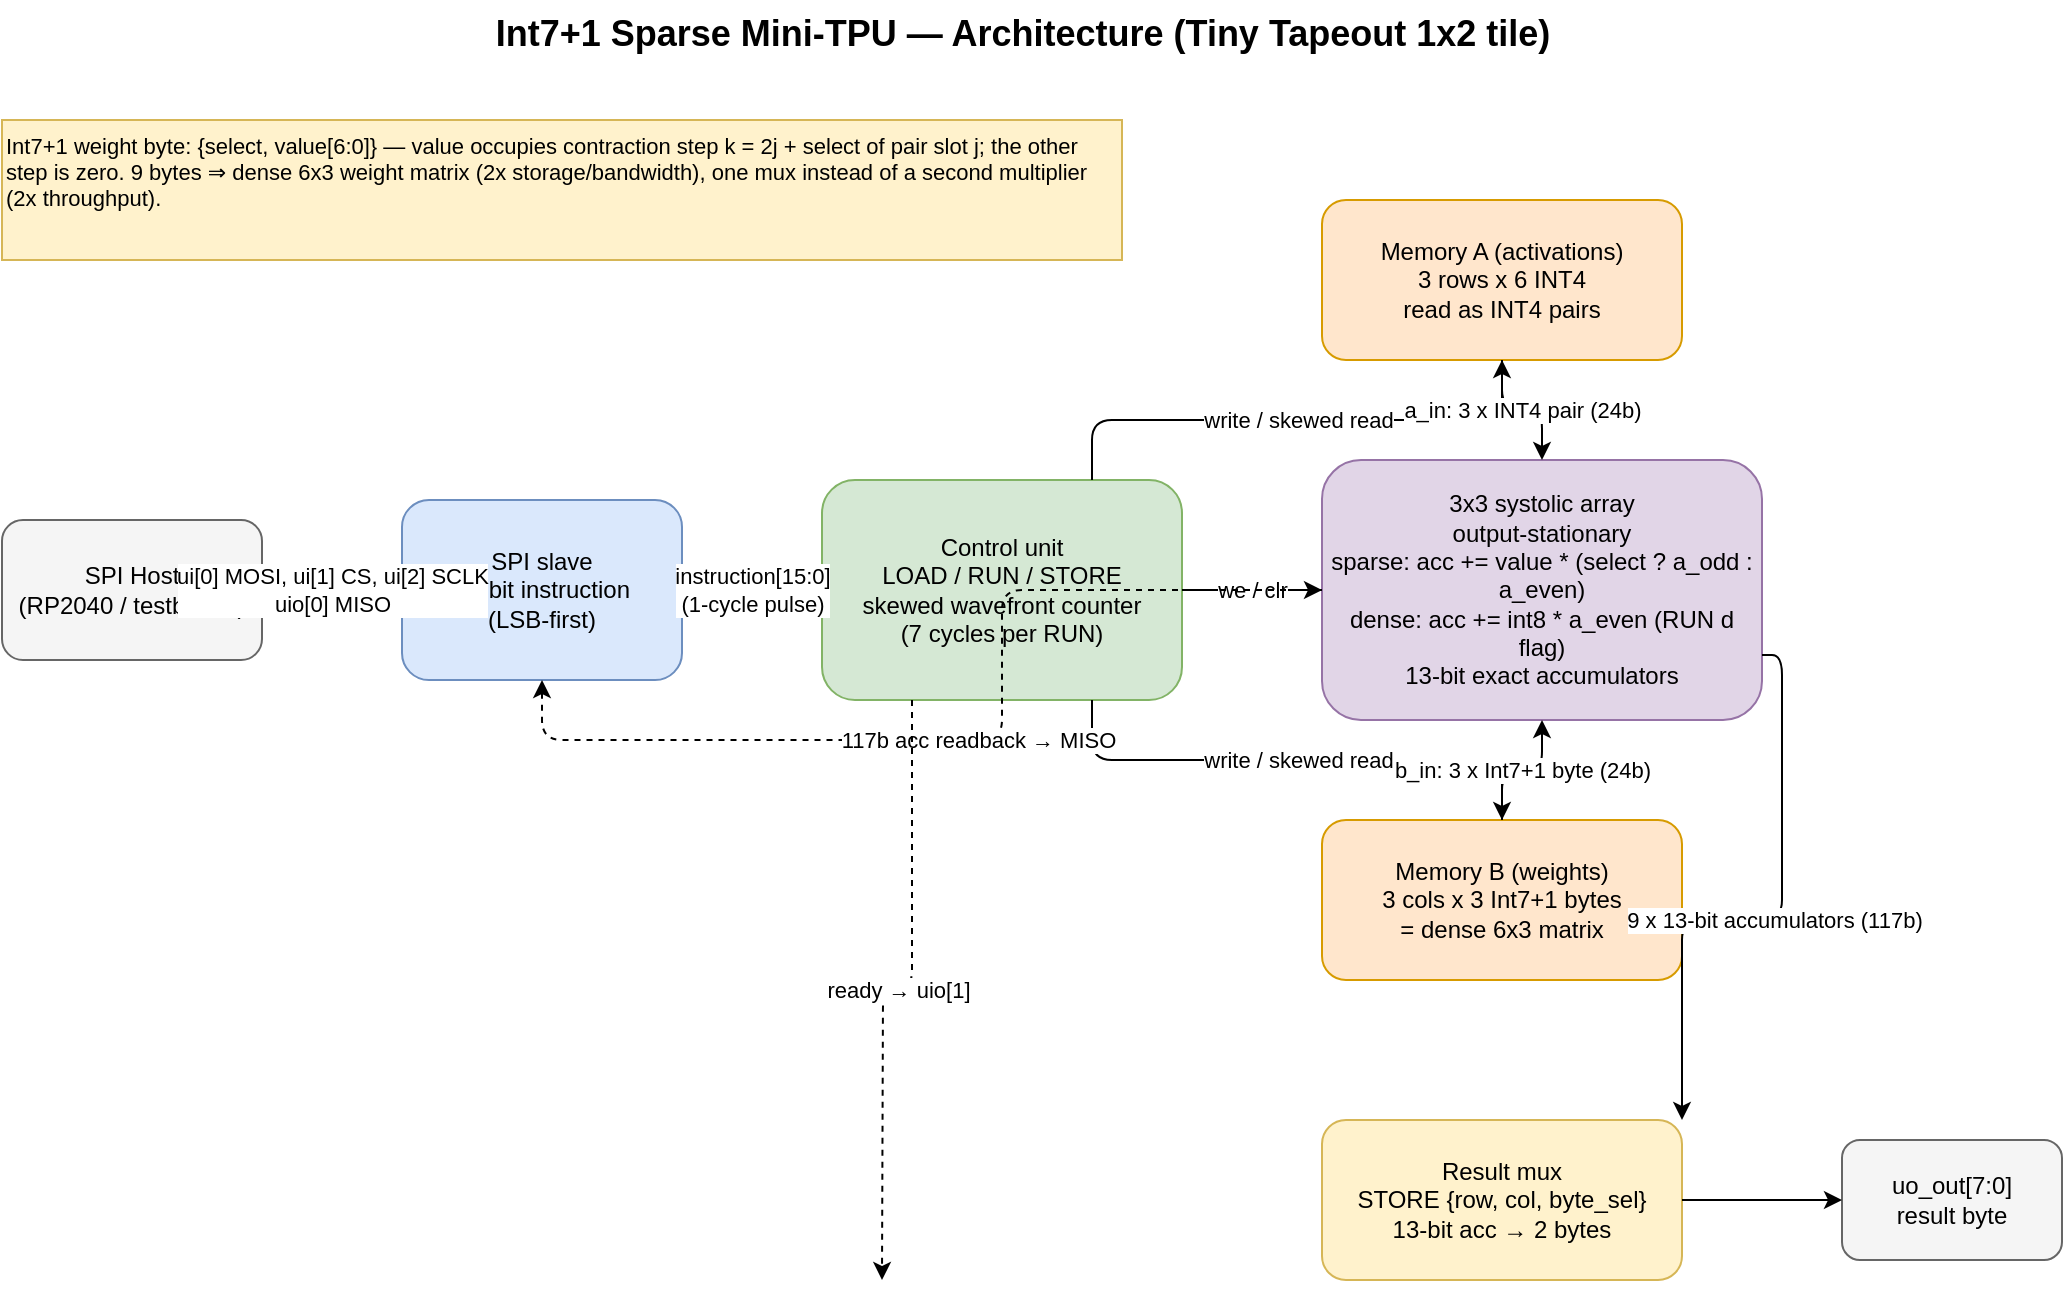
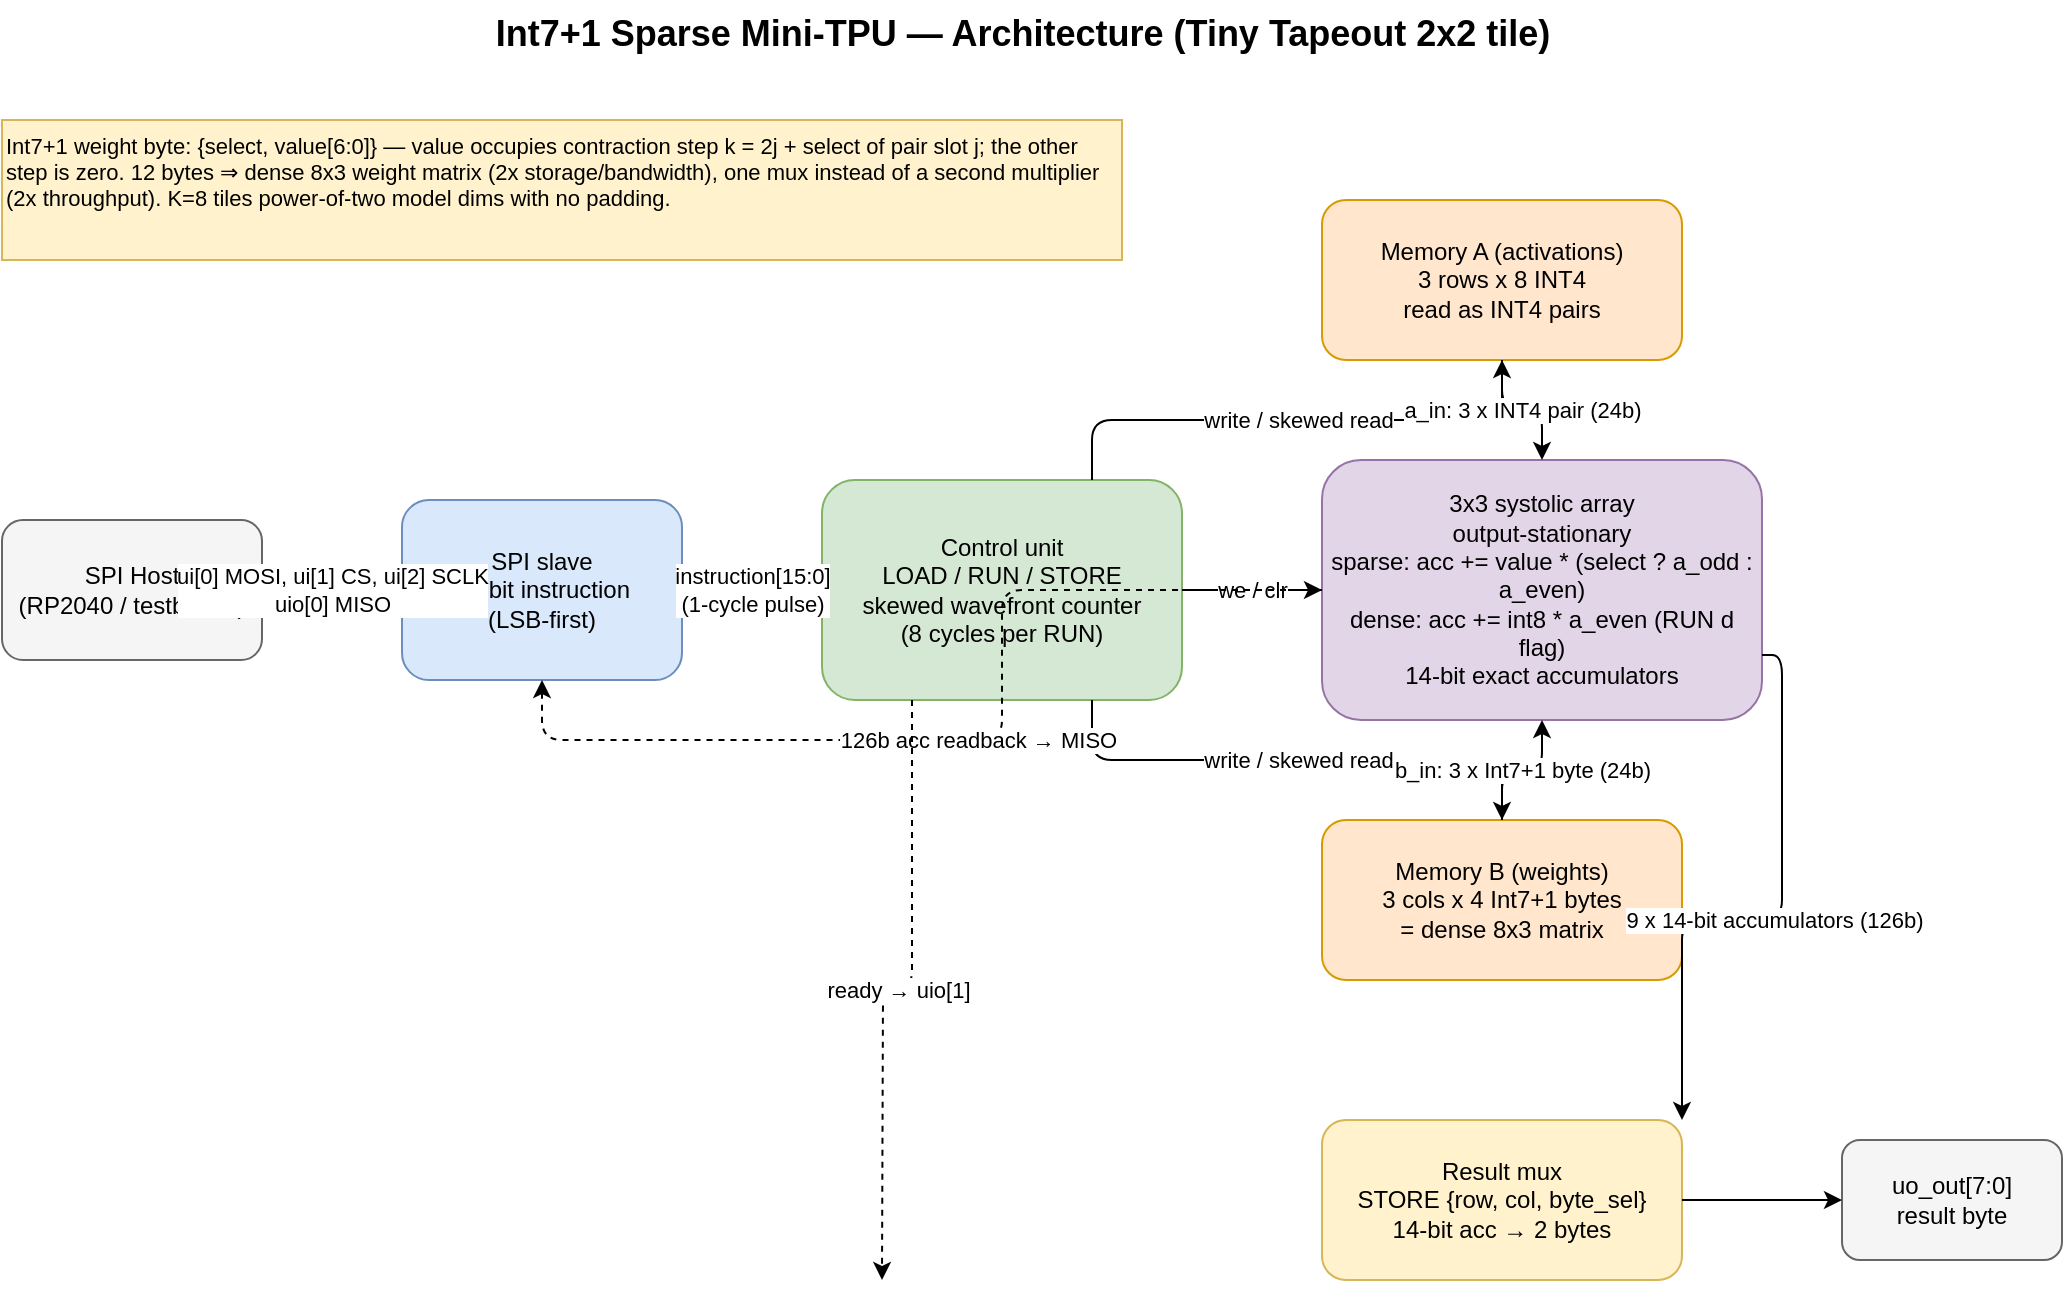
<mxfile host="app.diagrams.net" type="device">
  <diagram id="arch" name="Architecture">
    <mxGraphModel dx="1200" dy="800" grid="1" gridSize="10" guides="1" tooltips="1" connect="1" arrows="1" fold="1" page="1" pageScale="1" pageWidth="1100" pageHeight="700" math="0" shadow="0">
      <root>
        <mxCell id="0" />
        <mxCell id="1" parent="0" />

-         <mxCell id="title" value="Int7+1 Sparse Mini-TPU — Architecture (Tiny Tapeout 1x2 tile)" style="text;html=1;fontSize=18;fontStyle=1;align=center;" vertex="1" parent="1">
+         <mxCell id="title" value="Int7+1 Sparse Mini-TPU — Architecture (Tiny Tapeout 2x2 tile)" style="text;html=1;fontSize=18;fontStyle=1;align=center;" vertex="1" parent="1">
          <mxGeometry x="200" y="20" width="700" height="30" as="geometry" />
        </mxCell>

        <mxCell id="host" value="SPI Host&#10;(RP2040 / testbench)" style="rounded=1;whiteSpace=wrap;html=1;fillColor=#f5f5f5;strokeColor=#666666;" vertex="1" parent="1">
          <mxGeometry x="40" y="280" width="130" height="70" as="geometry" />
        </mxCell>

        <mxCell id="spi" value="SPI slave&#10;16-bit instruction&#10;(LSB-first)" style="rounded=1;whiteSpace=wrap;html=1;fillColor=#dae8fc;strokeColor=#6c8ebf;" vertex="1" parent="1">
          <mxGeometry x="240" y="270" width="140" height="90" as="geometry" />
        </mxCell>

-         <mxCell id="ctrl" value="Control unit&#10;LOAD / RUN / STORE&#10;skewed wavefront counter&#10;(7 cycles per RUN)" style="rounded=1;whiteSpace=wrap;html=1;fillColor=#d5e8d4;strokeColor=#82b366;" vertex="1" parent="1">
+         <mxCell id="ctrl" value="Control unit&#10;LOAD / RUN / STORE&#10;skewed wavefront counter&#10;(8 cycles per RUN)" style="rounded=1;whiteSpace=wrap;html=1;fillColor=#d5e8d4;strokeColor=#82b366;" vertex="1" parent="1">
          <mxGeometry x="450" y="260" width="180" height="110" as="geometry" />
        </mxCell>

-         <mxCell id="mema" value="Memory A (activations)&#10;3 rows x 6 INT4&#10;read as INT4 pairs" style="rounded=1;whiteSpace=wrap;html=1;fillColor=#ffe6cc;strokeColor=#d79b00;" vertex="1" parent="1">
+         <mxCell id="mema" value="Memory A (activations)&#10;3 rows x 8 INT4&#10;read as INT4 pairs" style="rounded=1;whiteSpace=wrap;html=1;fillColor=#ffe6cc;strokeColor=#d79b00;" vertex="1" parent="1">
          <mxGeometry x="700" y="120" width="180" height="80" as="geometry" />
        </mxCell>

-         <mxCell id="memb" value="Memory B (weights)&#10;3 cols x 3 Int7+1 bytes&#10;= dense 6x3 matrix" style="rounded=1;whiteSpace=wrap;html=1;fillColor=#ffe6cc;strokeColor=#d79b00;" vertex="1" parent="1">
+         <mxCell id="memb" value="Memory B (weights)&#10;3 cols x 4 Int7+1 bytes&#10;= dense 8x3 matrix" style="rounded=1;whiteSpace=wrap;html=1;fillColor=#ffe6cc;strokeColor=#d79b00;" vertex="1" parent="1">
          <mxGeometry x="700" y="430" width="180" height="80" as="geometry" />
        </mxCell>

-         <mxCell id="array" value="3x3 systolic array&#10;output-stationary&#10;sparse: acc += value * (select ? a_odd : a_even)&#10;dense:  acc += int8 * a_even (RUN d flag)&#10;13-bit exact accumulators" style="rounded=1;whiteSpace=wrap;html=1;fillColor=#e1d5e7;strokeColor=#9673a6;" vertex="1" parent="1">
+         <mxCell id="array" value="3x3 systolic array&#10;output-stationary&#10;sparse: acc += value * (select ? a_odd : a_even)&#10;dense:  acc += int8 * a_even (RUN d flag)&#10;14-bit exact accumulators" style="rounded=1;whiteSpace=wrap;html=1;fillColor=#e1d5e7;strokeColor=#9673a6;" vertex="1" parent="1">
          <mxGeometry x="700" y="250" width="220" height="130" as="geometry" />
        </mxCell>

-         <mxCell id="mux" value="Result mux&#10;STORE {row, col, byte_sel}&#10;13-bit acc → 2 bytes" style="rounded=1;whiteSpace=wrap;html=1;fillColor=#fff2cc;strokeColor=#d6b656;" vertex="1" parent="1">
+         <mxCell id="mux" value="Result mux&#10;STORE {row, col, byte_sel}&#10;14-bit acc → 2 bytes" style="rounded=1;whiteSpace=wrap;html=1;fillColor=#fff2cc;strokeColor=#d6b656;" vertex="1" parent="1">
          <mxGeometry x="700" y="580" width="180" height="80" as="geometry" />
        </mxCell>

        <mxCell id="uo" value="uo_out[7:0]&#10;result byte" style="rounded=1;whiteSpace=wrap;html=1;fillColor=#f5f5f5;strokeColor=#666666;" vertex="1" parent="1">
          <mxGeometry x="960" y="590" width="110" height="60" as="geometry" />
        </mxCell>

        <mxCell id="e1" value="ui[0] MOSI, ui[1] CS, ui[2] SCLK&#10;uio[0] MISO" style="edgeStyle=orthogonalEdgeStyle;rounded=1;html=1;" edge="1" parent="1" source="host" target="spi">
          <mxGeometry relative="1" as="geometry" />
        </mxCell>
        <mxCell id="e2" value="instruction[15:0]&#10;(1-cycle pulse)" style="edgeStyle=orthogonalEdgeStyle;rounded=1;html=1;" edge="1" parent="1" source="spi" target="ctrl">
          <mxGeometry relative="1" as="geometry" />
        </mxCell>
        <mxCell id="e3" value="write / skewed read" style="edgeStyle=orthogonalEdgeStyle;rounded=1;html=1;exitX=0.75;exitY=0;" edge="1" parent="1" source="ctrl" target="mema">
          <mxGeometry relative="1" as="geometry" />
        </mxCell>
        <mxCell id="e4" value="write / skewed read" style="edgeStyle=orthogonalEdgeStyle;rounded=1;html=1;exitX=0.75;exitY=1;" edge="1" parent="1" source="ctrl" target="memb">
          <mxGeometry relative="1" as="geometry" />
        </mxCell>
        <mxCell id="e5" value="a_in: 3 x INT4 pair (24b)" style="edgeStyle=orthogonalEdgeStyle;rounded=1;html=1;exitX=0.5;exitY=1;entryX=0.5;entryY=0;" edge="1" parent="1" source="mema" target="array">
          <mxGeometry relative="1" as="geometry" />
        </mxCell>
        <mxCell id="e6" value="b_in: 3 x Int7+1 byte (24b)" style="edgeStyle=orthogonalEdgeStyle;rounded=1;html=1;exitX=0.5;exitY=0;entryX=0.5;entryY=1;" edge="1" parent="1" source="memb" target="array">
          <mxGeometry relative="1" as="geometry" />
        </mxCell>
        <mxCell id="e7" value="we / clr" style="edgeStyle=orthogonalEdgeStyle;rounded=1;html=1;" edge="1" parent="1" source="ctrl" target="array">
          <mxGeometry relative="1" as="geometry" />
        </mxCell>
-         <mxCell id="e8" value="9 x 13-bit accumulators (117b)" style="edgeStyle=orthogonalEdgeStyle;rounded=1;html=1;exitX=1;exitY=0.75;entryX=1;entryY=0;" edge="1" parent="1" source="array" target="mux">
+         <mxCell id="e8" value="9 x 14-bit accumulators (126b)" style="edgeStyle=orthogonalEdgeStyle;rounded=1;html=1;exitX=1;exitY=0.75;entryX=1;entryY=0;" edge="1" parent="1" source="array" target="mux">
          <mxGeometry relative="1" as="geometry" />
        </mxCell>
        <mxCell id="e9" value="" style="edgeStyle=orthogonalEdgeStyle;rounded=1;html=1;" edge="1" parent="1" source="mux" target="uo">
          <mxGeometry relative="1" as="geometry" />
        </mxCell>
-         <mxCell id="e10" value="117b acc readback → MISO" style="edgeStyle=orthogonalEdgeStyle;rounded=1;html=1;exitX=0;exitY=0.5;entryX=0.5;entryY=1;dashed=1;" edge="1" parent="1" source="array" target="spi">
+         <mxCell id="e10" value="126b acc readback → MISO" style="edgeStyle=orthogonalEdgeStyle;rounded=1;html=1;exitX=0;exitY=0.5;entryX=0.5;entryY=1;dashed=1;" edge="1" parent="1" source="array" target="spi">
          <mxGeometry relative="1" as="geometry" />
        </mxCell>
        <mxCell id="e11" value="ready → uio[1]" style="edgeStyle=orthogonalEdgeStyle;rounded=1;html=1;exitX=0.25;exitY=1;dashed=1;" edge="1" parent="1" source="ctrl">
          <mxGeometry relative="1" as="geometry">
            <mxPoint x="480" y="660" as="targetPoint" />
          </mxGeometry>
        </mxCell>

-         <mxCell id="note" value="Int7+1 weight byte: {select, value[6:0]} — value occupies contraction step k = 2j + select of pair slot j; the other step is zero. 9 bytes ⇒ dense 6x3 weight matrix (2x storage/bandwidth), one mux instead of a second multiplier (2x throughput)." style="text;html=1;whiteSpace=wrap;fontSize=11;fillColor=#fff2cc;strokeColor=#d6b656;" vertex="1" parent="1">
+         <mxCell id="note" value="Int7+1 weight byte: {select, value[6:0]} — value occupies contraction step k = 2j + select of pair slot j; the other step is zero. 12 bytes ⇒ dense 8x3 weight matrix (2x storage/bandwidth), one mux instead of a second multiplier (2x throughput). K=8 tiles power-of-two model dims with no padding." style="text;html=1;whiteSpace=wrap;fontSize=11;fillColor=#fff2cc;strokeColor=#d6b656;" vertex="1" parent="1">
          <mxGeometry x="40" y="80" width="560" height="70" as="geometry" />
        </mxCell>
      </root>
    </mxGraphModel>
  </diagram>
</mxfile>
